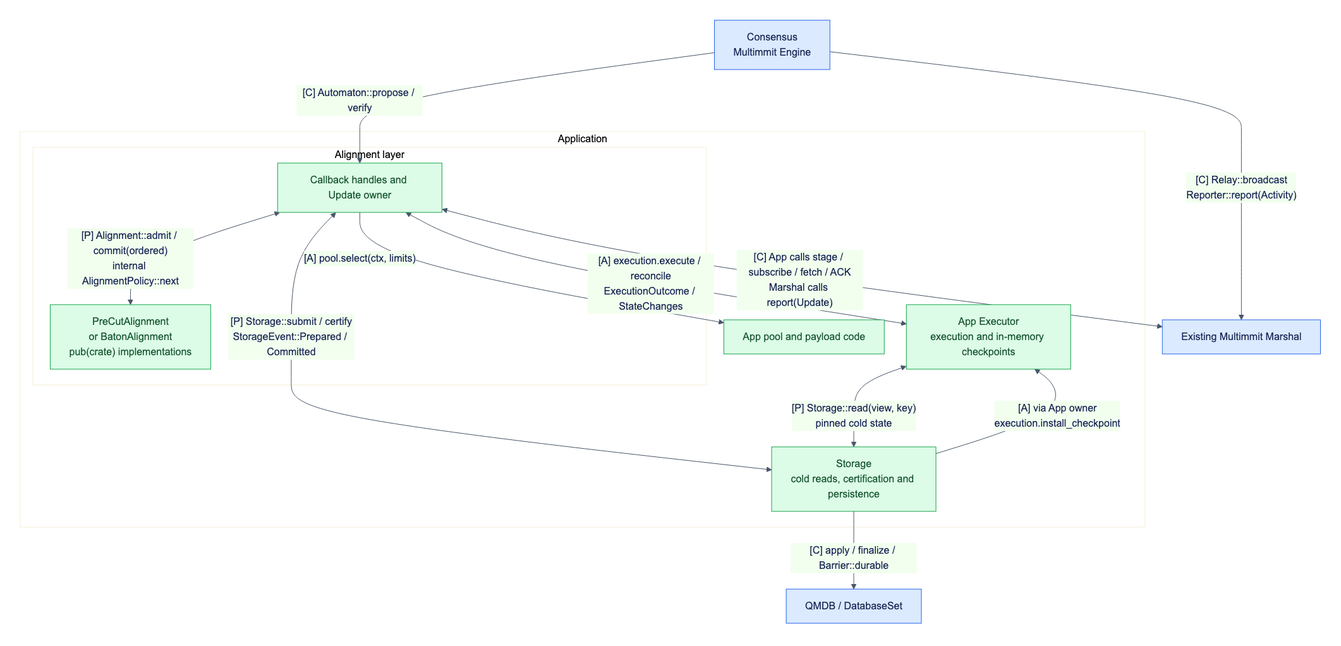
Above: docs/assets/diagrams/diagram-01.png in djm07073/baton (Mermaid), before the change. Its source is kept beside it as docs/assets/diagrams/diagram-01.mmd.
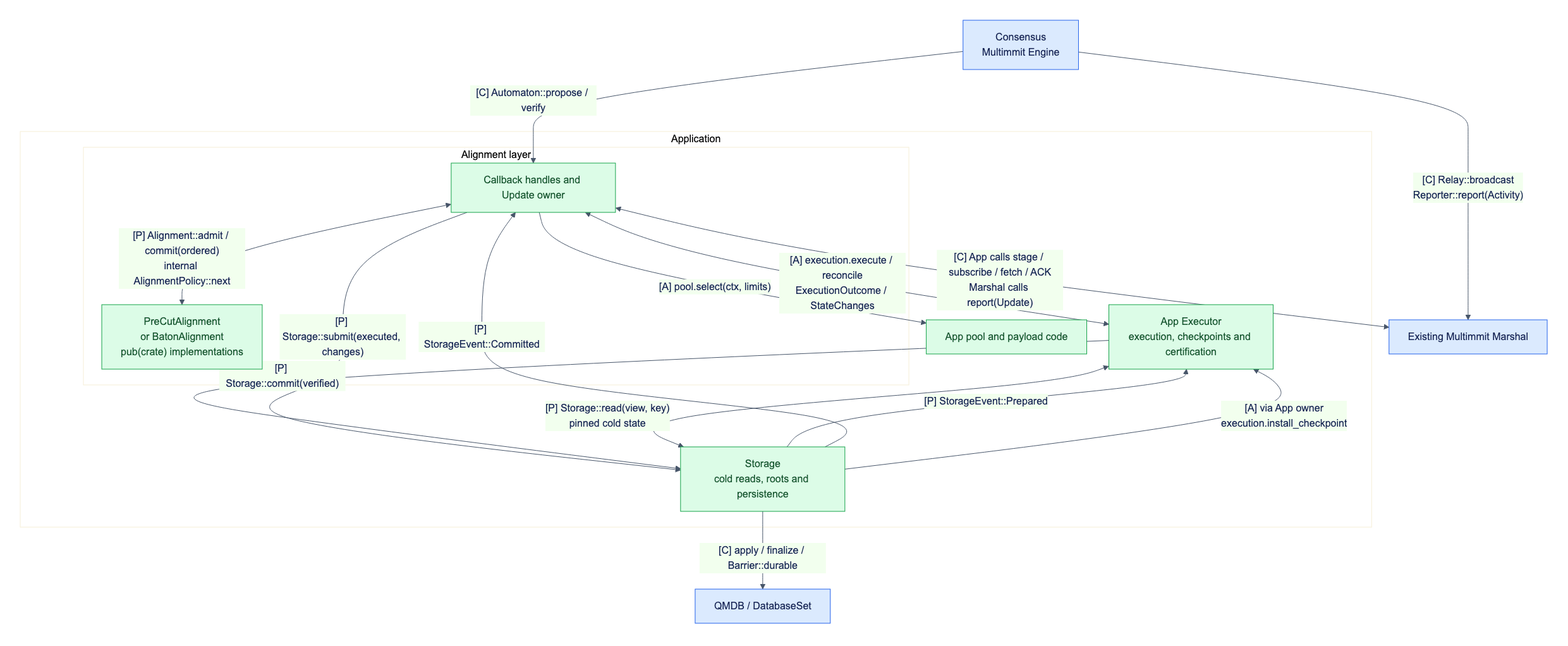
The same diagram one commit later.

Diff of the diagram source:
```diff
@@ -8,11 +8,14 @@
             M <-->|"[P] Alignment::admit / commit(ordered)<br/>internal AlignmentPolicy::next"| S["PreCutAlignment<br/>or BatonAlignment<br/>pub(crate) implementations"]
         end
         P["App pool and payload code"]
-        E["App Executor<br/>execution and in-memory checkpoints"]
-        C["Storage<br/>cold reads, certification and persistence"]
+        E["App Executor<br/>execution, checkpoints and certification"]
+        C["Storage<br/>cold reads, roots and persistence"]
         M -->|"[A] pool.select(ctx, limits)"| P
         M <-->|"[A] execution.execute / reconcile<br/>ExecutionOutcome / StateChanges"| E
-        M <-->|"[P] Storage::submit / certify<br/>StorageEvent::Prepared / Committed"| C
+        M -->|"[P] Storage::submit(executed, changes)"| C
+        C -->|"[P] StorageEvent::Prepared"| E
+        E -->|"[P] Storage::commit(verified)"| C
+        C -->|"[P] StorageEvent::Committed"| M
         E <-->|"[P] Storage::read(view, key)<br/>pinned cold state"| C
         C -->|"[A] via App owner<br/>execution.install_checkpoint"| E
     end
```
